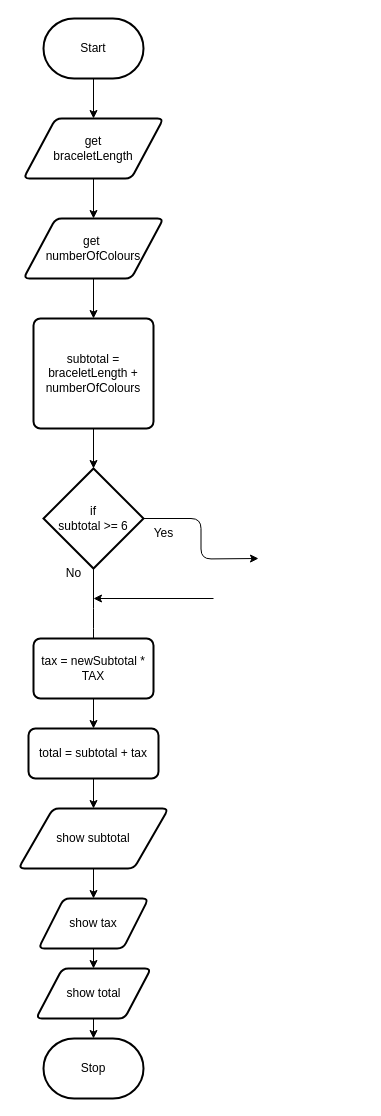
Before: design/flowchart.drawio in MTHS-ICS2O-2-2022/ICS2O-Assignment-04-charlotte-jhu, a draw.io diagram. Source tidied: cells renumbered, new cells numbered last; positions are measured from the earlier drawing's top-left corner, leaving out a move shared by most shapes. Both pictures are drawn from the tidied source at 100%, with x=0, y=0 at pixel (18, 18).
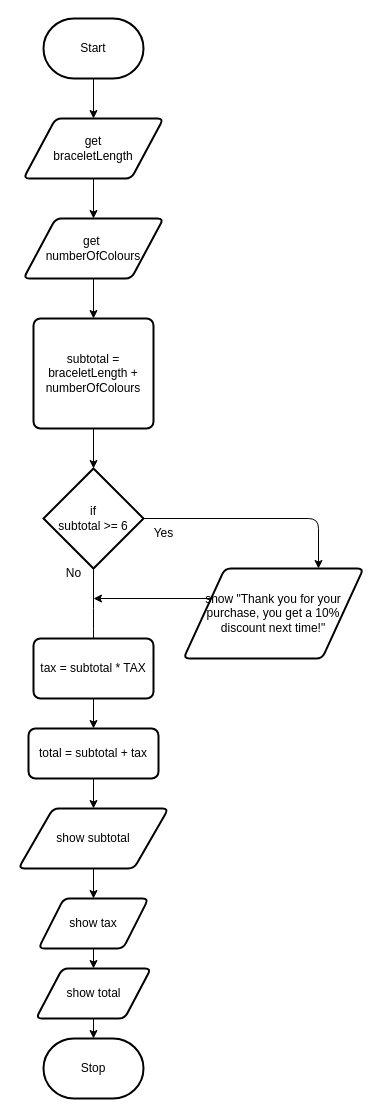
The same diagram, later.

The change refers to these unchanged cells:
```xml
<mxCell id="13" value="if&lt;br&gt;subtotal &amp;gt;= 6" style="strokeWidth=2;html=1;shape=mxgraph.flowchart.decision;whiteSpace=wrap;" parent="1" vertex="1">
  <mxGeometry x="25" y="450" width="100" height="100" as="geometry" />
</mxCell>
```

Change to the diagram source:
```diff
@@
-    <mxCell id="11" style="edgeStyle=orthogonalEdgeStyle;html=1;exitX=1;exitY=0.5;exitDx=0;exitDy=0;exitPerimeter=0;entryX=0.5;entryY=0;entryDx=0;entryDy=0;" parent="1" edge="1" source="13">
-      <mxGeometry relative="1" as="geometry">
-        <mxPoint x="240" y="540" as="targetPoint" />
-      </mxGeometry>
+    <mxCell id="11" style="edgeStyle=orthogonalEdgeStyle;html=1;exitX=1;exitY=0.5;exitDx=0;exitDy=0;exitPerimeter=0;entryX=0.75;entryY=0;entryDx=0;entryDy=0;" parent="1" edge="1" source="13" target="27">
+      <mxGeometry relative="1" as="geometry" />
     </mxCell>
@@
-    <mxCell id="16" value="tax = newSubtotal * TAX" style="rounded=1;whiteSpace=wrap;html=1;absoluteArcSize=1;arcSize=14;strokeWidth=2;" parent="1" vertex="1">
+    <mxCell id="16" value="tax = subtotal * TAX" style="rounded=1;whiteSpace=wrap;html=1;absoluteArcSize=1;arcSize=14;strokeWidth=2;" parent="1" vertex="1">
       <mxGeometry x="15" y="620" width="120" height="60" as="geometry" />
     </mxCell>
@@
+    <mxCell id="27" value="show &quot;Thank you for your purchase, you get a 10% discount next time!&quot;" style="shape=parallelogram;html=1;strokeWidth=2;perimeter=parallelogramPerimeter;whiteSpace=wrap;rounded=1;arcSize=12;size=0.23;" parent="1" vertex="1">
+      <mxGeometry x="165" y="550" width="180" height="90" as="geometry" />
+    </mxCell>
```
